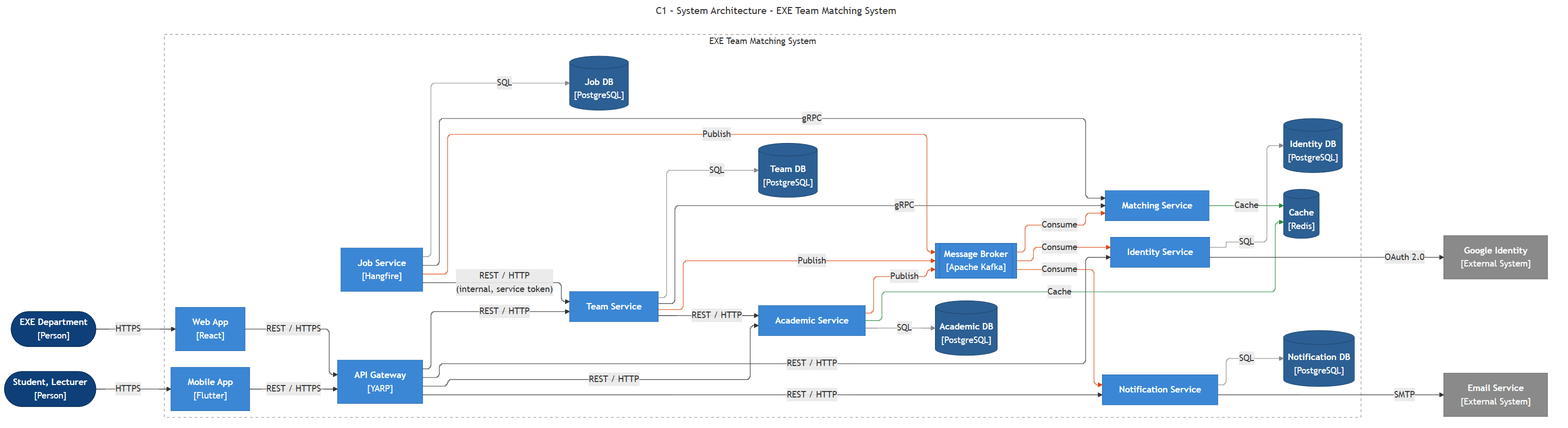
Before: docs/c4-architecture/c1.png, a diagram exported from Mermaid (nmhthien58/ExeTeamMatching). Its source is kept beside it as docs/c4-architecture/c1.mmd. The source it was exported from:
```mermaid
---
title: C1 – System Architecture – EXE Team Matching System
config:
  layout: elk
  flowchart:
    curve: step
---
flowchart LR
    users(["<b>Student, Lecturer</b><br/>[Person]"]):::person
    admin(["<b>EXE Department</b><br/>[Person]"]):::person

    subgraph system["EXE Team Matching System"]
        mobile["<b>Mobile App</b><br/>[Flutter]"]:::container
        web["<b>Web App</b><br/>[React]"]:::container
        gateway["<b>API Gateway</b><br/>[YARP]"]:::container

        identity["<b>Identity Service</b>"]:::container
        team["<b>Team Service</b>"]:::container
        academic["<b>Academic Service</b>"]:::container
        notification["<b>Notification Service</b>"]:::container
        job["<b>Job Service</b><br/>[Hangfire]"]:::container
        matching["<b>Matching Service</b>"]:::container
        kafka[["<b>Message Broker</b><br/>[Apache Kafka]"]]:::container

        identityDb[("<b>Identity DB</b><br/>[PostgreSQL]")]:::db
        teamDb[("<b>Team DB</b><br/>[PostgreSQL]")]:::db
        academicDb[("<b>Academic DB</b><br/>[PostgreSQL]")]:::db
        jobDb[("<b>Job DB</b><br/>[PostgreSQL]")]:::db
        notificationDb[("<b>Notification DB</b><br/>[PostgreSQL]")]:::db
        redis[("<b>Cache</b><br/>[Redis]")]:::db
    end

    google["<b>Google Identity</b><br/>[External System]"]:::external
    email["<b>Email Service</b><br/>[External System]"]:::external

    users -->|HTTPS| mobile
    admin -->|HTTPS| web
    mobile -->|REST / HTTPS| gateway
    web -->|REST / HTTPS| gateway

    gateway -->|REST / HTTP| identity
    gateway -->|REST / HTTP| team
    gateway -->|REST / HTTP| academic
    gateway -->|REST / HTTP| notification

    team -->|REST / HTTP| academic
    team -->|gRPC| matching
    job -->|"REST / HTTP<br/>(internal, service token)"| team
    job -->|gRPC| matching

    team -->|Publish| kafka
    academic -->|Publish| kafka
    job -->|Publish| kafka
    kafka -->|Consume| notification
    kafka -->|Consume| matching
    kafka -->|Consume| identity

    identity -->|SQL| identityDb
    team -->|SQL| teamDb
    academic -->|SQL| academicDb
    job -->|SQL| jobDb
    notification -->|SQL| notificationDb
    academic -->|Cache| redis
    matching -->|Cache| redis

    identity -->|OAuth 2.0| google
    notification -->|SMTP| email

    classDef person fill:#0E3F78,stroke:#0A2E59,color:#fff
    classDef container fill:#3B87D6,stroke:#2A6BB0,color:#fff
    classDef db fill:#2C5F93,stroke:#1E4670,color:#fff
    classDef external fill:#8A8A8A,stroke:#666,color:#fff
    style system fill:none,stroke:#888,stroke-dasharray: 5 5

    linkStyle 12,13,14,15,16,17 stroke:#D9480F
    linkStyle 18,19,20,21,22 stroke:#888
    linkStyle 23,24 stroke:#2B8A3E
```
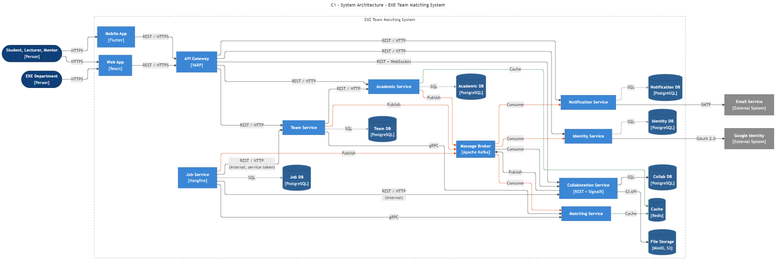
The same diagram one commit later.

Change to the diagram source:
```diff
@@ -6,7 +6,7 @@
     curve: step
 ---
 flowchart LR
-    users(["<b>Student, Lecturer</b><br/>[Person]"]):::person
+    users(["<b>Student, Lecturer, Mentor</b><br/>[Person]"]):::person
     admin(["<b>EXE Department</b><br/>[Person]"]):::person
 
     subgraph system["EXE Team Matching System"]
@@ -20,6 +20,9 @@
         notification["<b>Notification Service</b>"]:::container
         job["<b>Job Service</b><br/>[Hangfire]"]:::container
         matching["<b>Matching Service</b>"]:::container
+        collab["<b>Collaboration Service</b><br/>[REST + SignalR]"]:::container
+        collabDb[("<b>Collab DB</b><br/>[PostgreSQL]")]:::db
+        minio[("<b>File Storage</b><br/>[MinIO, S3]")]:::db
         kafka[["<b>Message Broker</b><br/>[Apache Kafka]"]]:::container
 
         identityDb[("<b>Identity DB</b><br/>[PostgreSQL]")]:::db
@@ -66,6 +69,14 @@
     identity -->|OAuth 2.0| google
     notification -->|SMTP| email
 
+    users -->|HTTPS| web
+    gateway -->|"REST + WebSocket"| collab
+    job -->|"REST / HTTP<br/>(internal)"| collab
+    collab -->|Publish| kafka
+    kafka -->|Consume| collab
+    collab -->|SQL| collabDb
+    collab -->|S3 API| minio
+
     classDef person fill:#0E3F78,stroke:#0A2E59,color:#fff
     classDef container fill:#3B87D6,stroke:#2A6BB0,color:#fff
     classDef db fill:#2C5F93,stroke:#1E4670,color:#fff
```
